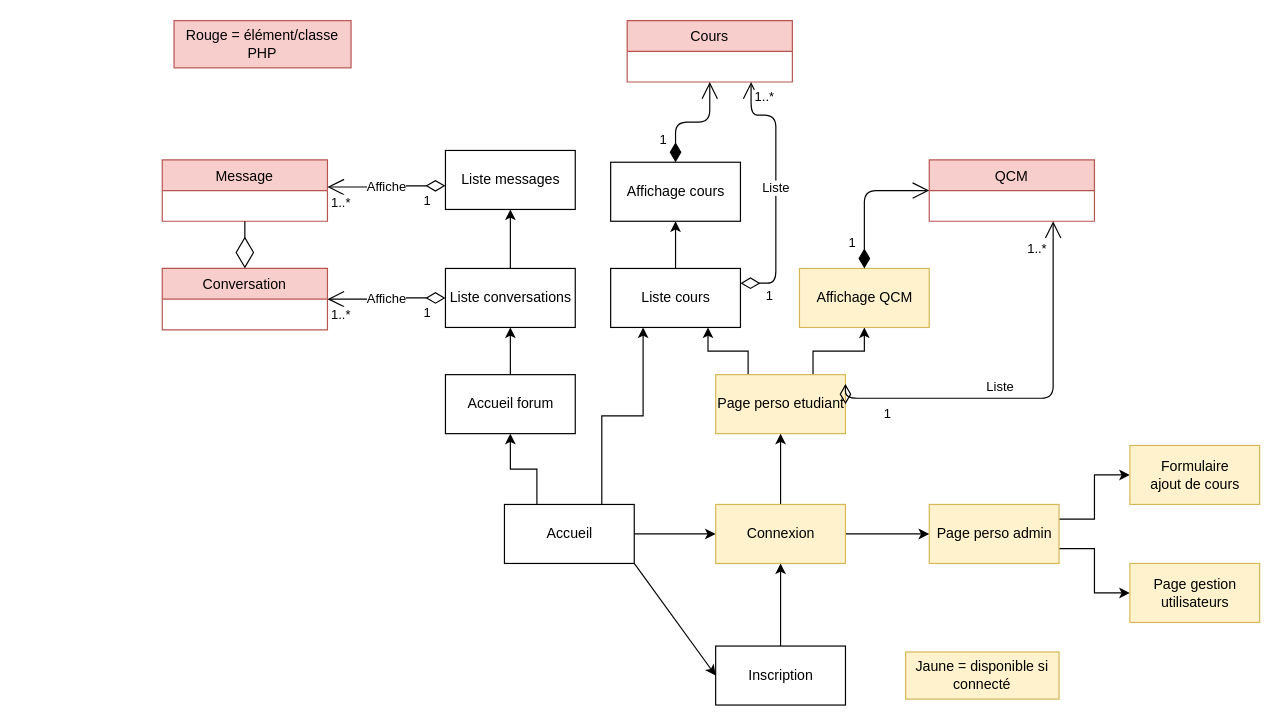
Earlier version of the draw.io diagram documentation/diagrammes/Navigation.drawio (FC-Dijkstra/SiteFormation_DAW). Source tidied: cells renumbered, new cells numbered last; positions are measured from the earlier drawing's top-left corner, leaving out a move shared by most shapes. Both pictures are drawn from the tidied source at 118%, with x=0, y=0 at pixel (162, 20).
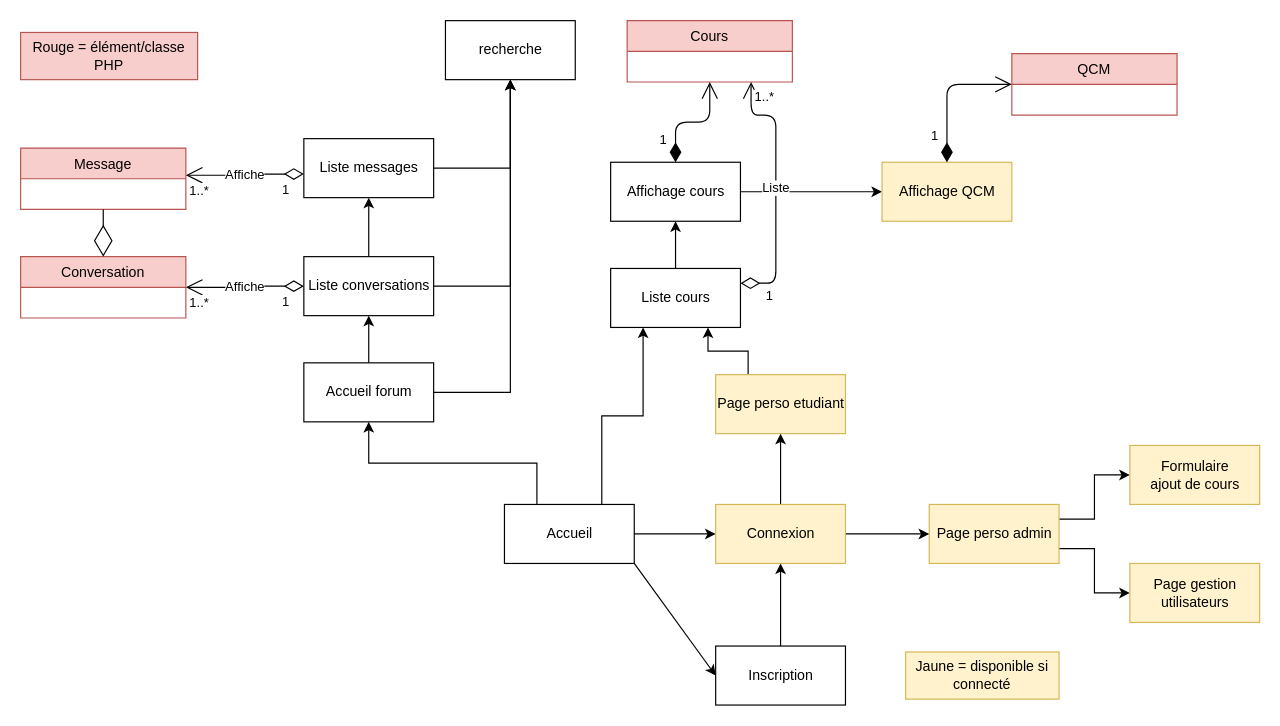
Above is the later version.

The change refers to these unchanged cells:
```xml
<mxCell id="7" value="Page perso etudiant" style="html=1;fillColor=#fff2cc;strokeColor=#d6b656;" parent="1" vertex="1">
  <mxGeometry x="469" y="300" width="110" height="50" as="geometry" />
</mxCell>
<mxCell id="15" value="Affichage cours" style="html=1;" parent="1" vertex="1">
  <mxGeometry x="380" y="120" width="110" height="50" as="geometry" />
</mxCell>
```

Diff of the diagram source:
```diff
@@
-    <mxCell id="5" style="edgeStyle=orthogonalEdgeStyle;rounded=0;jettySize=auto;html=1;exitX=0.75;exitY=0;exitDx=0;exitDy=0;entryX=0.5;entryY=1;entryDx=0;entryDy=0;" parent="1" edge="1" source="7" target="16">
-      <mxGeometry relative="1" as="geometry" />
-    </mxCell>
@@
+    <mxCell id="50" style="edgeStyle=orthogonalEdgeStyle;rounded=0;jettySize=auto;html=1;exitX=1;exitY=0.5;exitDx=0;exitDy=0;entryX=0.5;entryY=1;entryDx=0;entryDy=0;" parent="1" edge="1" source="12" target="54">
+      <mxGeometry relative="1" as="geometry" />
+    </mxCell>
     <mxCell id="12" value="Accueil forum" style="html=1;" parent="1" vertex="1">
-      <mxGeometry x="240" y="300" width="110" height="50" as="geometry" />
+      <mxGeometry x="120" y="290" width="110" height="50" as="geometry" />
     </mxCell>
@@
+    <mxCell id="51" style="edgeStyle=orthogonalEdgeStyle;rounded=0;jettySize=auto;html=1;exitX=1;exitY=0.5;exitDx=0;exitDy=0;entryX=0;entryY=0.5;entryDx=0;entryDy=0;" parent="1" edge="1" source="15" target="16">
+      <mxGeometry relative="1" as="geometry" />
+    </mxCell>
@@
     <mxCell id="16" value="Affichage QCM" style="html=1;fillColor=#fff2cc;strokeColor=#d6b656;" parent="1" vertex="1">
-      <mxGeometry x="540" y="210" width="110" height="50" as="geometry" />
+      <mxGeometry x="610" y="120" width="110" height="50" as="geometry" />
     </mxCell>
@@
+    <mxCell id="52" style="edgeStyle=orthogonalEdgeStyle;rounded=0;jettySize=auto;html=1;exitX=1;exitY=0.5;exitDx=0;exitDy=0;entryX=0.5;entryY=1;entryDx=0;entryDy=0;" parent="1" edge="1" source="18" target="54">
+      <mxGeometry relative="1" as="geometry" />
+    </mxCell>
     <mxCell id="18" value="Liste conversations" style="html=1;" parent="1" vertex="1">
-      <mxGeometry x="240" y="210" width="110" height="50" as="geometry" />
+      <mxGeometry x="120" y="200" width="110" height="50" as="geometry" />
     </mxCell>
+    <mxCell id="53" style="edgeStyle=orthogonalEdgeStyle;rounded=0;jettySize=auto;html=1;exitX=1;exitY=0.5;exitDx=0;exitDy=0;entryX=0.5;entryY=1;entryDx=0;entryDy=0;" parent="1" edge="1" source="19" target="54">
+      <mxGeometry relative="1" as="geometry" />
+    </mxCell>
     <mxCell id="19" value="Liste messages" style="html=1;" parent="1" vertex="1">
-      <mxGeometry x="240" y="110" width="110" height="50" as="geometry" />
+      <mxGeometry x="120" y="100" width="110" height="50" as="geometry" />
     </mxCell>
@@
     <mxCell id="29" value="Message" style="swimlane;fontStyle=0;horizontal=1;startSize=26;fillColor=#f8cecc;strokeColor=#b85450;" parent="1" vertex="1">
-      <mxGeometry y="118" width="140" height="52" as="geometry" />
+      <mxGeometry x="-120" y="108" width="140" height="52" as="geometry" />
     </mxCell>
     <mxCell id="30" value="Conversation" style="swimlane;fontStyle=0;horizontal=1;startSize=26;fillColor=#f8cecc;strokeColor=#b85450;" parent="1" vertex="1">
-      <mxGeometry y="210" width="140" height="52" as="geometry" />
+      <mxGeometry x="-120" y="200" width="140" height="52" as="geometry" />
     </mxCell>
@@
     <mxCell id="32" value="QCM" style="swimlane;fontStyle=0;horizontal=1;startSize=26;fillColor=#f8cecc;strokeColor=#b85450;" parent="1" vertex="1">
-      <mxGeometry x="650" y="118" width="140" height="52" as="geometry" />
+      <mxGeometry x="720" y="28" width="140" height="52" as="geometry" />
     </mxCell>
     <mxCell id="33" value="Affiche" style="endArrow=open;html=1;endSize=12;startArrow=diamondThin;startSize=14;startFill=0;edgeStyle=orthogonalEdgeStyle;exitX=0;exitY=0.5;exitDx=0;exitDy=0;entryX=1;entryY=0.5;entryDx=0;entryDy=0;" parent="1" edge="1" source="18" target="30">
       <mxGeometry relative="1" as="geometry">
         <Array as="points">
-          <mxPoint x="190" y="235" />
+          <mxPoint x="70" y="225" />
         </Array>
       </mxGeometry>
     </mxCell>
@@
     <mxCell id="36" value="Affiche" style="endArrow=open;html=1;endSize=12;startArrow=diamondThin;startSize=14;startFill=0;edgeStyle=orthogonalEdgeStyle;exitX=0;exitY=0.5;exitDx=0;exitDy=0;entryX=1;entryY=0.5;entryDx=0;entryDy=0;" parent="1" edge="1">
       <mxGeometry relative="1" as="geometry">
-        <mxPoint x="240" y="140" as="sourcePoint" />
-        <mxPoint x="140" y="141" as="targetPoint" />
+        <mxPoint x="120" y="130" as="sourcePoint" />
+        <mxPoint x="20" y="131" as="targetPoint" />
         <Array as="points">
-          <mxPoint x="190" y="140" />
+          <mxPoint x="70" y="130" />
         </Array>
       </mxGeometry>
     </mxCell>
@@
-    <mxCell id="45" value="Liste" style="endArrow=open;html=1;endSize=12;startArrow=diamondThin;startSize=14;startFill=0;edgeStyle=orthogonalEdgeStyle;exitX=1;exitY=0.5;exitDx=0;exitDy=0;entryX=0.75;entryY=1;entryDx=0;entryDy=0;" parent="1" edge="1" source="7" target="32">
-      <mxGeometry x="-0.18" y="10" relative="1" as="geometry">
-        <Array as="points">
-          <mxPoint x="579" y="320" />
-          <mxPoint x="755" y="320" />
-        </Array>
-      </mxGeometry>
-    </mxCell>
-    <mxCell id="46" value="1" style="edgeLabel;html=1;align=left;verticalAlign=top;" parent="45" vertex="1">
-      <mxGeometry x="-1" relative="1" as="geometry">
-        <mxPoint x="31" y="-5" as="offset" />
-      </mxGeometry>
-    </mxCell>
-    <mxCell id="47" value="1..*" style="edgeLabel;html=1;align=right;verticalAlign=top;" parent="45" vertex="1">
-      <mxGeometry x="1" relative="1" as="geometry">
-        <mxPoint x="-5" y="9.8" as="offset" />
-      </mxGeometry>
-    </mxCell>
@@
     <mxCell id="49" value="Rouge = élément/classe PHP" style="text;html=1;strokeColor=#b85450;fillColor=#f8cecc;align=center;verticalAlign=middle;whiteSpace=wrap;rounded=0;" parent="1" vertex="1">
-      <mxGeometry x="10" width="150" height="40" as="geometry" />
+      <mxGeometry x="-120" y="10" width="150" height="40" as="geometry" />
     </mxCell>
+    <mxCell id="54" value="recherche" style="html=1;" parent="1" vertex="1">
+      <mxGeometry x="240" width="110" height="50" as="geometry" />
+    </mxCell>
```
